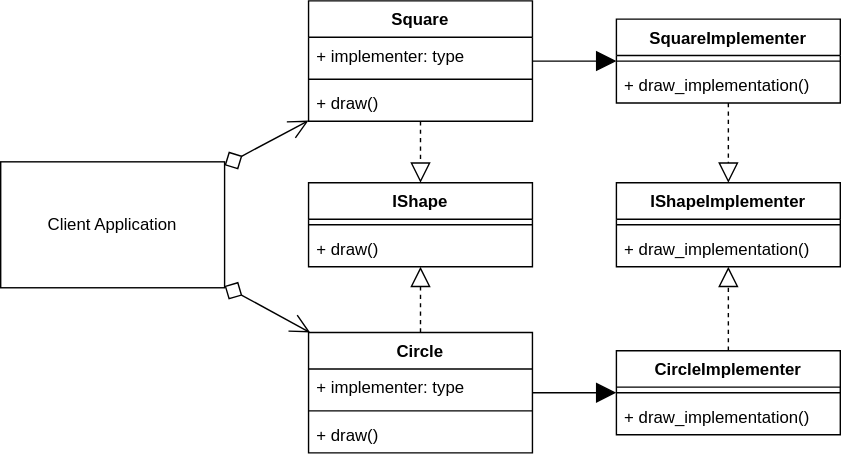
The draw.io diagram img/bridge_example.svg in Sean-Bradley/Design-Patterns-In-Python, before a commit. Source tidied: cells renumbered, new cells last; positions are measured from the earlier drawing's top-left corner, leaving out a move shared by most shapes. Its diagram source:
```xml
<mxGraphModel>
  <root>
    <mxCell id="0" />
    <mxCell id="1" parent="0" />
    <mxCell id="2" style="rounded=0;jettySize=auto;html=1;endArrow=block;endFill=0;dashed=1;startSize=6;endSize=12;" parent="1" edge="1" source="19" target="8">
      <mxGeometry relative="1" as="geometry" />
    </mxCell>
    <mxCell id="3" value="Client Application" style="rounded=0;whiteSpace=wrap;html=1;" parent="1" vertex="1">
      <mxGeometry y="115" width="160" height="90" as="geometry" />
    </mxCell>
    <mxCell id="4" style="rounded=0;jettySize=auto;html=1;endArrow=block;endFill=0;dashed=1;startSize=12;endSize=12;startArrow=none;startFill=0;" parent="1" edge="1" source="11" target="5">
      <mxGeometry relative="1" as="geometry" />
    </mxCell>
    <mxCell id="5" value="IShapeImplementer" style="swimlane;fontStyle=1;align=center;verticalAlign=top;horizontal=1;startSize=26;" parent="1" vertex="1">
      <mxGeometry x="440" y="130" width="160" height="60" as="geometry" />
    </mxCell>
    <mxCell id="6" style="line;strokeWidth=1;fillColor=none;align=left;verticalAlign=middle;spacingTop=-1;spacingLeft=3;spacingRight=3;labelPosition=right;" parent="5" vertex="1">
      <mxGeometry y="26" width="160" height="8" as="geometry" />
    </mxCell>
    <mxCell id="7" value="+ draw_implementation()" style="text;strokeColor=none;fillColor=none;align=left;verticalAlign=top;spacingLeft=4;spacingRight=4;overflow=hidden;" parent="5" vertex="1">
      <mxGeometry y="34" width="160" height="26" as="geometry" />
    </mxCell>
    <mxCell id="8" value="IShape" style="swimlane;fontStyle=1;align=center;verticalAlign=top;horizontal=1;startSize=26;" parent="1" vertex="1">
      <mxGeometry x="220" y="130" width="160" height="60" as="geometry" />
    </mxCell>
    <mxCell id="9" style="line;strokeWidth=1;fillColor=none;align=left;verticalAlign=middle;spacingTop=-1;spacingLeft=3;spacingRight=3;labelPosition=right;" parent="8" vertex="1">
      <mxGeometry y="26" width="160" height="8" as="geometry" />
    </mxCell>
    <mxCell id="10" value="+ draw()" style="text;strokeColor=none;fillColor=none;align=left;verticalAlign=top;spacingLeft=4;spacingRight=4;overflow=hidden;" parent="8" vertex="1">
      <mxGeometry y="34" width="160" height="26" as="geometry" />
    </mxCell>
    <mxCell id="11" value="SquareImplementer" style="swimlane;fontStyle=1;align=center;verticalAlign=top;horizontal=1;startSize=26;" parent="1" vertex="1">
      <mxGeometry x="440" y="13" width="160" height="60" as="geometry" />
    </mxCell>
    <mxCell id="12" style="line;strokeWidth=1;fillColor=none;align=left;verticalAlign=middle;spacingTop=-1;spacingLeft=3;spacingRight=3;labelPosition=right;" parent="11" vertex="1">
      <mxGeometry y="26" width="160" height="8" as="geometry" />
    </mxCell>
    <mxCell id="13" value="+ draw_implementation()" style="text;strokeColor=none;fillColor=none;align=left;verticalAlign=top;spacingLeft=4;spacingRight=4;overflow=hidden;" parent="11" vertex="1">
      <mxGeometry y="34" width="160" height="26" as="geometry" />
    </mxCell>
    <mxCell id="14" value="CircleImplementer" style="swimlane;fontStyle=1;align=center;verticalAlign=top;horizontal=1;startSize=26;" parent="1" vertex="1">
      <mxGeometry x="440" y="250" width="160" height="60" as="geometry" />
    </mxCell>
    <mxCell id="15" style="line;strokeWidth=1;fillColor=none;align=left;verticalAlign=middle;spacingTop=-1;spacingLeft=3;spacingRight=3;labelPosition=right;" parent="14" vertex="1">
      <mxGeometry y="26" width="160" height="8" as="geometry" />
    </mxCell>
    <mxCell id="16" value="+ draw_implementation()" style="text;strokeColor=none;fillColor=none;align=left;verticalAlign=top;spacingLeft=4;spacingRight=4;overflow=hidden;" parent="14" vertex="1">
      <mxGeometry y="34" width="160" height="26" as="geometry" />
    </mxCell>
    <mxCell id="17" style="rounded=0;jettySize=auto;html=1;endArrow=block;endFill=0;dashed=1;startSize=12;endSize=12;startArrow=none;startFill=0;" parent="1" edge="1" source="14" target="5">
      <mxGeometry relative="1" as="geometry" />
    </mxCell>
    <mxCell id="18" style="rounded=0;jettySize=auto;html=1;endArrow=block;endFill=0;dashed=1;startSize=6;endSize=12;" parent="1" edge="1" source="23" target="8">
      <mxGeometry relative="1" as="geometry" />
    </mxCell>
    <mxCell id="19" value="Square" style="swimlane;fontStyle=1;align=center;verticalAlign=top;horizontal=1;startSize=26;" parent="1" vertex="1">
      <mxGeometry x="220" width="160" height="86" as="geometry" />
    </mxCell>
    <mxCell id="20" value="+ implementer: type" style="text;strokeColor=none;fillColor=none;align=left;verticalAlign=top;spacingLeft=4;spacingRight=4;overflow=hidden;" parent="19" vertex="1">
      <mxGeometry y="26" width="160" height="26" as="geometry" />
    </mxCell>
    <mxCell id="21" style="line;strokeWidth=1;fillColor=none;align=left;verticalAlign=middle;spacingTop=-1;spacingLeft=3;spacingRight=3;labelPosition=right;" parent="19" vertex="1">
      <mxGeometry y="52" width="160" height="8" as="geometry" />
    </mxCell>
    <mxCell id="22" value="+ draw()" style="text;strokeColor=none;fillColor=none;align=left;verticalAlign=top;spacingLeft=4;spacingRight=4;overflow=hidden;" parent="19" vertex="1">
      <mxGeometry y="60" width="160" height="26" as="geometry" />
    </mxCell>
    <mxCell id="23" value="Circle" style="swimlane;fontStyle=1;align=center;verticalAlign=top;horizontal=1;startSize=26;" parent="1" vertex="1">
      <mxGeometry x="220" y="237" width="160" height="86" as="geometry" />
    </mxCell>
    <mxCell id="24" value="+ implementer: type" style="text;strokeColor=none;fillColor=none;align=left;verticalAlign=top;spacingLeft=4;spacingRight=4;overflow=hidden;" parent="23" vertex="1">
      <mxGeometry y="26" width="160" height="26" as="geometry" />
    </mxCell>
    <mxCell id="25" style="line;strokeWidth=1;fillColor=none;align=left;verticalAlign=middle;spacingTop=-1;spacingLeft=3;spacingRight=3;labelPosition=right;" parent="23" vertex="1">
      <mxGeometry y="52" width="160" height="8" as="geometry" />
    </mxCell>
    <mxCell id="26" value="+ draw()" style="text;strokeColor=none;fillColor=none;align=left;verticalAlign=top;spacingLeft=4;spacingRight=4;overflow=hidden;" parent="23" vertex="1">
      <mxGeometry y="60" width="160" height="26" as="geometry" />
    </mxCell>
    <mxCell id="27" style="endArrow=diamond;endFill=0;endSize=12;html=1;startArrow=open;startFill=0;startSize=12;" parent="1" edge="1" source="19" target="3">
      <mxGeometry relative="1" as="geometry" />
    </mxCell>
    <mxCell id="28" style="endArrow=diamond;endFill=0;endSize=12;html=1;startArrow=open;startFill=0;startSize=12;" parent="1" edge="1" source="23" target="3">
      <mxGeometry relative="1" as="geometry" />
    </mxCell>
    <mxCell id="29" style="endArrow=none;endFill=0;endSize=12;html=1;startArrow=block;startFill=1;startSize=12;" parent="1" edge="1" source="11" target="19">
      <mxGeometry relative="1" as="geometry" />
    </mxCell>
    <mxCell id="30" style="endArrow=none;endFill=0;endSize=12;html=1;startArrow=block;startFill=1;startSize=12;" parent="1" edge="1" source="14" target="23">
      <mxGeometry relative="1" as="geometry" />
    </mxCell>
  </root>
</mxGraphModel>
```
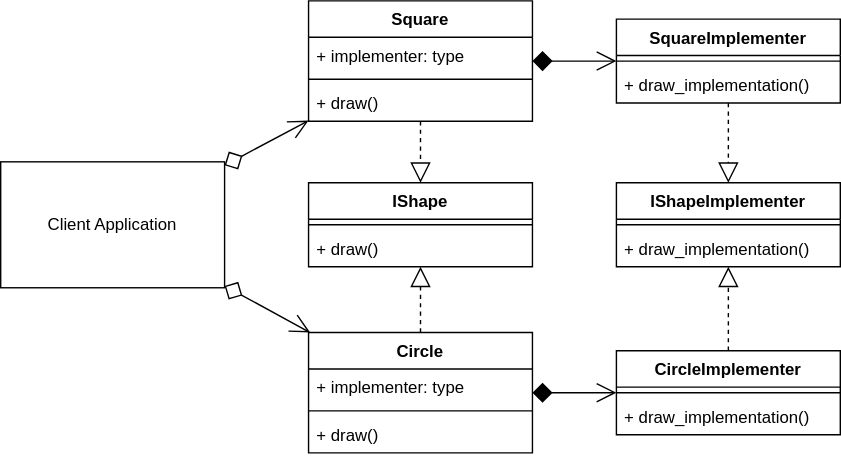
Later version of the same file.

Diff of the diagram source:
```diff
@@ -83,10 +83,10 @@
     <mxCell id="28" style="endArrow=diamond;endFill=0;endSize=12;html=1;startArrow=open;startFill=0;startSize=12;" parent="1" edge="1" source="23" target="3">
       <mxGeometry relative="1" as="geometry" />
     </mxCell>
-    <mxCell id="29" style="endArrow=none;endFill=0;endSize=12;html=1;startArrow=block;startFill=1;startSize=12;" parent="1" edge="1" source="11" target="19">
+    <mxCell id="29" style="endArrow=diamond;endFill=1;endSize=12;html=1;startArrow=open;startFill=0;startSize=12;" parent="1" edge="1" source="11" target="19">
       <mxGeometry relative="1" as="geometry" />
     </mxCell>
-    <mxCell id="30" style="endArrow=none;endFill=0;endSize=12;html=1;startArrow=block;startFill=1;startSize=12;" parent="1" edge="1" source="14" target="23">
+    <mxCell id="30" style="endArrow=diamond;endFill=1;endSize=12;html=1;startArrow=open;startFill=0;startSize=12;" parent="1" edge="1" source="14" target="23">
       <mxGeometry relative="1" as="geometry" />
     </mxCell>
   </root>
```
